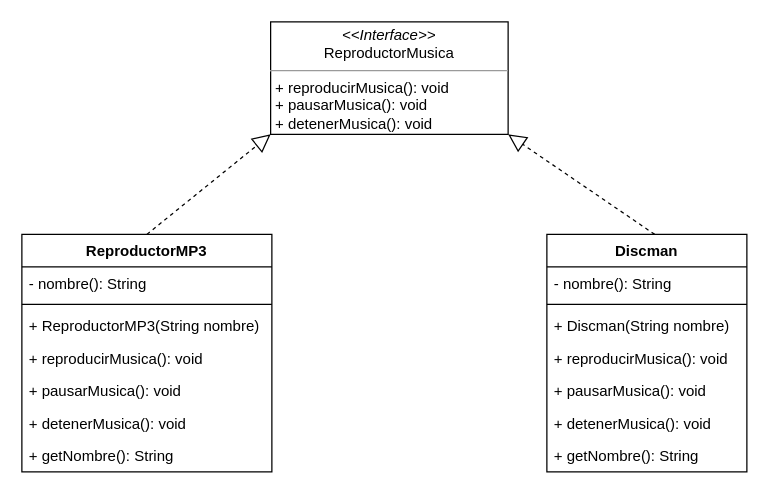
Before: src/com/company/Ejercicio1/UML_Ejercicio1.drawio in yvahosc/EjercicioPOO_Interfaces, a draw.io diagram. Source tidied: cells renumbered, new cells numbered last; positions are measured from the earlier drawing's top-left corner, leaving out a move shared by most shapes. Both pictures are drawn from the tidied source at 125%, with x=0, y=0 at pixel (21, 21).
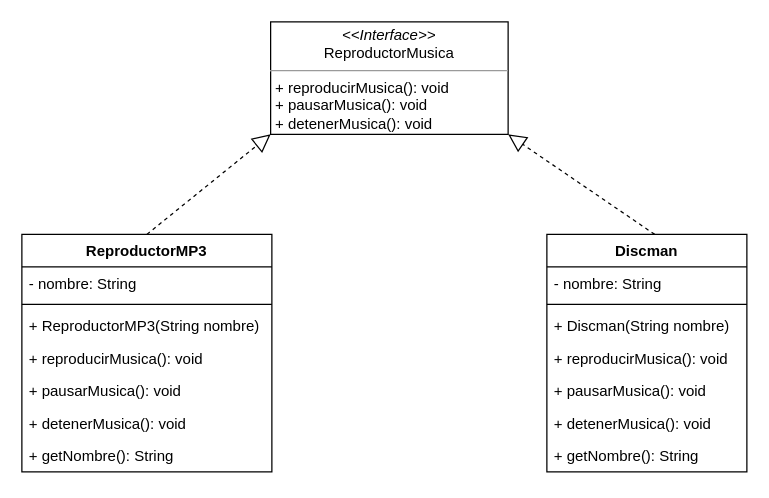
The same page after the edit.

Commit message (it also covers changes not shown here):
Modificación diagrama UML correspondiente al desarrollo del ejercicio 1 para corregir error en los atributos de las clases.

Unchanged cells that the change refers to:
```xml
<mxCell id="4" value="ReproductorMP3" style="swimlane;fontStyle=1;align=center;verticalAlign=top;horizontal=1;startSize=26;whiteSpace=wrap;html=1;" parent="1" vertex="1">
  <mxGeometry y="170" width="200" height="190" as="geometry" />
</mxCell>
<mxCell id="13" value="Discman" style="swimlane;fontStyle=1;align=center;verticalAlign=top;horizontal=1;startSize=26;whiteSpace=wrap;html=1;" parent="1" vertex="1">
  <mxGeometry x="420" y="170" width="160" height="190" as="geometry" />
</mxCell>
```

What changed in the source:
```diff
@@
-    <mxCell id="5" value="- nombre(): String" style="text;strokeColor=none;fillColor=none;align=left;verticalAlign=top;spacingLeft=4;spacingRight=4;overflow=hidden;whiteSpace=wrap;html=1;" parent="4" vertex="1">
+    <mxCell id="5" value="- nombre: String" style="text;strokeColor=none;fillColor=none;align=left;verticalAlign=top;spacingLeft=4;spacingRight=4;overflow=hidden;whiteSpace=wrap;html=1;" parent="4" vertex="1">
       <mxGeometry y="26" width="200" height="26" as="geometry" />
     </mxCell>
@@
-    <mxCell id="14" value="- nombre(): String" style="text;strokeColor=none;fillColor=none;align=left;verticalAlign=top;spacingLeft=4;spacingRight=4;overflow=hidden;whiteSpace=wrap;html=1;" parent="13" vertex="1">
+    <mxCell id="14" value="- nombre: String" style="text;strokeColor=none;fillColor=none;align=left;verticalAlign=top;spacingLeft=4;spacingRight=4;overflow=hidden;whiteSpace=wrap;html=1;" parent="13" vertex="1">
       <mxGeometry y="26" width="160" height="26" as="geometry" />
     </mxCell>
```
